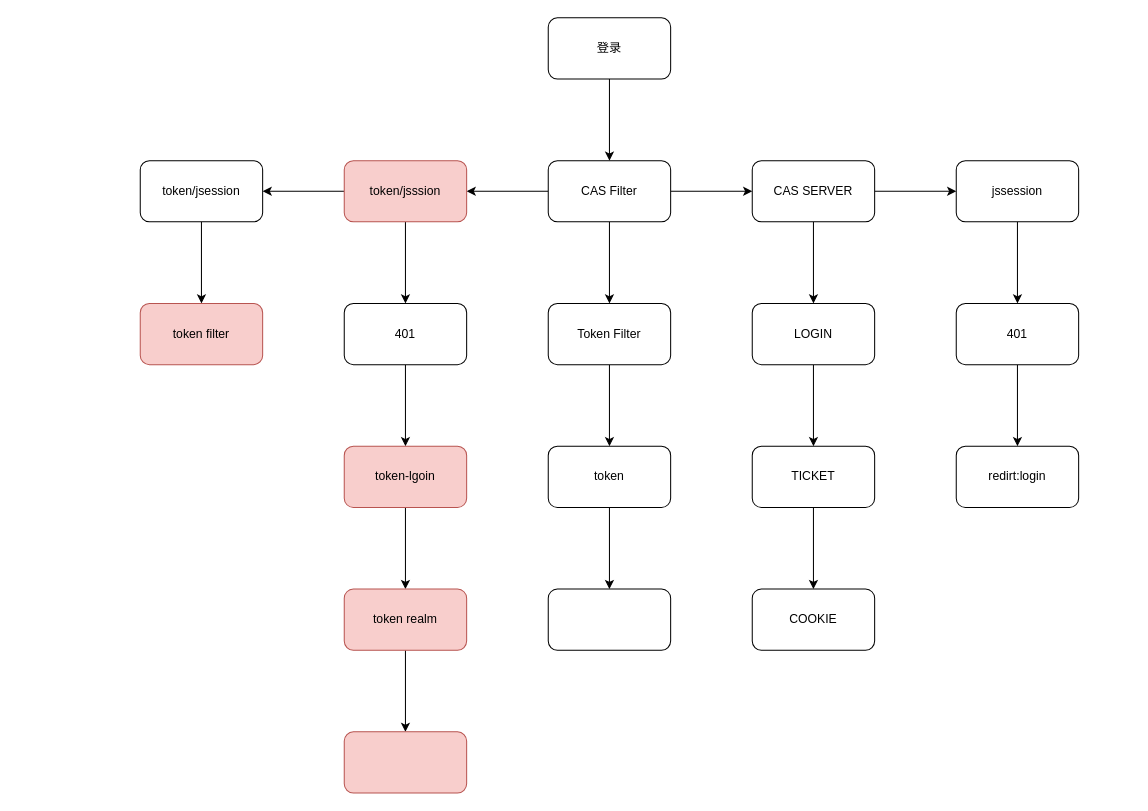
Earlier version of the draw.io diagram mango/芒果登录流程.drawio (ciyuan1269691683/personal_picture_bed). Source tidied: cells renumbered, new cells numbered last; positions are measured from the earlier drawing's top-left corner, leaving out a move shared by most shapes. Both pictures are drawn from the tidied source at 102%, with x=0, y=0 at pixel (140, 17).
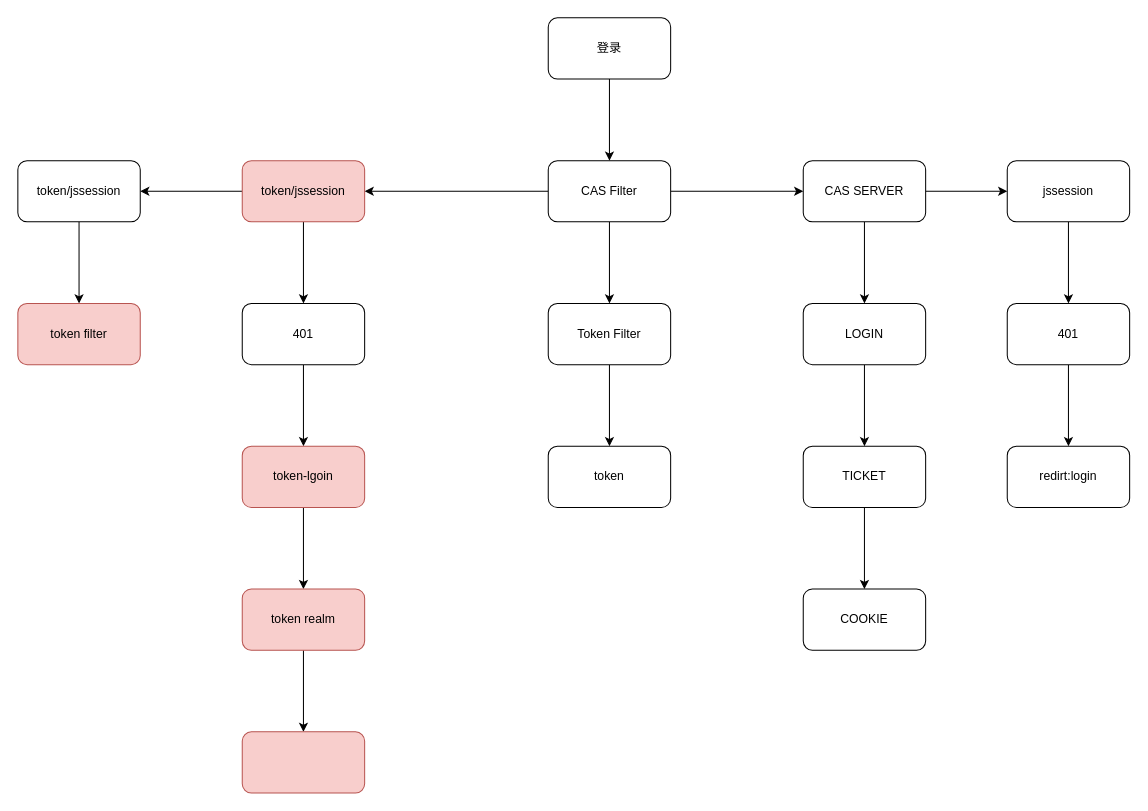
The same page after the edit.

Commit message (it also covers changes not shown here):
更新芒果登录流程.drawio

The change refers to these unchanged cells:
```xml
<mxCell id="19" value="token" style="whiteSpace=wrap;html=1;rounded=1;" parent="1" vertex="1">
  <mxGeometry x="400" y="420" width="120" height="60" as="geometry" />
</mxCell>
```

Diff of the diagram source:
```diff
@@
     <mxCell id="12" value="CAS SERVER" style="whiteSpace=wrap;html=1;rounded=1;" parent="1" vertex="1">
-      <mxGeometry x="600" y="140" width="120" height="60" as="geometry" />
+      <mxGeometry x="650" y="140" width="120" height="60" as="geometry" />
     </mxCell>
@@
     <mxCell id="14" value="LOGIN" style="whiteSpace=wrap;html=1;rounded=1;" parent="1" vertex="1">
-      <mxGeometry x="600" y="280" width="120" height="60" as="geometry" />
+      <mxGeometry x="650" y="280" width="120" height="60" as="geometry" />
     </mxCell>
@@
     <mxCell id="16" value="TICKET" style="whiteSpace=wrap;html=1;rounded=1;" parent="1" vertex="1">
-      <mxGeometry x="600" y="420" width="120" height="60" as="geometry" />
+      <mxGeometry x="650" y="420" width="120" height="60" as="geometry" />
     </mxCell>
     <mxCell id="17" value="COOKIE" style="whiteSpace=wrap;html=1;rounded=1;" parent="1" vertex="1">
-      <mxGeometry x="600" y="560" width="120" height="60" as="geometry" />
+      <mxGeometry x="650" y="560" width="120" height="60" as="geometry" />
     </mxCell>
-    <mxCell id="18" style="edgeStyle=orthogonalEdgeStyle;rounded=0;jettySize=auto;html=1;" parent="1" edge="1" source="19" target="20">
-      <mxGeometry relative="1" as="geometry" />
-    </mxCell>
@@
-    <mxCell id="20" style="whiteSpace=wrap;html=1;rounded=1;" parent="1" vertex="1">
-      <mxGeometry x="400" y="560" width="120" height="60" as="geometry" />
-    </mxCell>
@@
-    <mxCell id="23" value="token/jsssion" style="whiteSpace=wrap;html=1;rounded=1;fillColor=#f8cecc;strokeColor=#b85450;" parent="1" vertex="1">
-      <mxGeometry x="200" y="140" width="120" height="60" as="geometry" />
+    <mxCell id="23" value="token/jssession" style="whiteSpace=wrap;html=1;rounded=1;fillColor=#f8cecc;strokeColor=#b85450;" parent="1" vertex="1">
+      <mxGeometry x="100" y="140" width="120" height="60" as="geometry" />
     </mxCell>
@@
     <mxCell id="25" value="401" style="whiteSpace=wrap;html=1;rounded=1;" parent="1" vertex="1">
-      <mxGeometry x="200" y="280" width="120" height="60" as="geometry" />
+      <mxGeometry x="100" y="280" width="120" height="60" as="geometry" />
     </mxCell>
@@
     <mxCell id="27" value="jssession" style="whiteSpace=wrap;html=1;rounded=1;" parent="1" vertex="1">
-      <mxGeometry x="800" y="140" width="120" height="60" as="geometry" />
+      <mxGeometry x="850" y="140" width="120" height="60" as="geometry" />
     </mxCell>
@@
     <mxCell id="29" value="401" style="whiteSpace=wrap;html=1;rounded=1;" parent="1" vertex="1">
-      <mxGeometry x="800" y="280" width="120" height="60" as="geometry" />
+      <mxGeometry x="850" y="280" width="120" height="60" as="geometry" />
     </mxCell>
     <mxCell id="30" value="redirt:login" style="whiteSpace=wrap;html=1;rounded=1;" parent="1" vertex="1">
-      <mxGeometry x="800" y="420" width="120" height="60" as="geometry" />
+      <mxGeometry x="850" y="420" width="120" height="60" as="geometry" />
     </mxCell>
@@
     <mxCell id="32" value="token-lgoin" style="whiteSpace=wrap;html=1;rounded=1;fillColor=#f8cecc;strokeColor=#b85450;" parent="1" vertex="1">
-      <mxGeometry x="200" y="420" width="120" height="60" as="geometry" />
+      <mxGeometry x="100" y="420" width="120" height="60" as="geometry" />
     </mxCell>
@@
-    <mxCell id="34" value="token/jsession" style="whiteSpace=wrap;html=1;rounded=1;" parent="1" vertex="1">
-      <mxGeometry y="140" width="120" height="60" as="geometry" />
+    <mxCell id="34" value="token/jssession" style="whiteSpace=wrap;html=1;rounded=1;" parent="1" vertex="1">
+      <mxGeometry x="-120" y="140" width="120" height="60" as="geometry" />
     </mxCell>
     <mxCell id="35" value="token filter" style="whiteSpace=wrap;html=1;rounded=1;fillColor=#f8cecc;strokeColor=#b85450;" parent="1" vertex="1">
-      <mxGeometry y="280" width="120" height="60" as="geometry" />
+      <mxGeometry x="-120" y="280" width="120" height="60" as="geometry" />
     </mxCell>
@@
     <mxCell id="37" value="token realm" style="whiteSpace=wrap;html=1;fillColor=#f8cecc;strokeColor=#b85450;rounded=1;" parent="1" vertex="1">
-      <mxGeometry x="200" y="560" width="120" height="60" as="geometry" />
+      <mxGeometry x="100" y="560" width="120" height="60" as="geometry" />
     </mxCell>
     <mxCell id="38" style="whiteSpace=wrap;html=1;fillColor=#f8cecc;strokeColor=#b85450;rounded=1;" parent="1" vertex="1">
-      <mxGeometry x="200" y="700" width="120" height="60" as="geometry" />
+      <mxGeometry x="100" y="700" width="120" height="60" as="geometry" />
     </mxCell>
```
